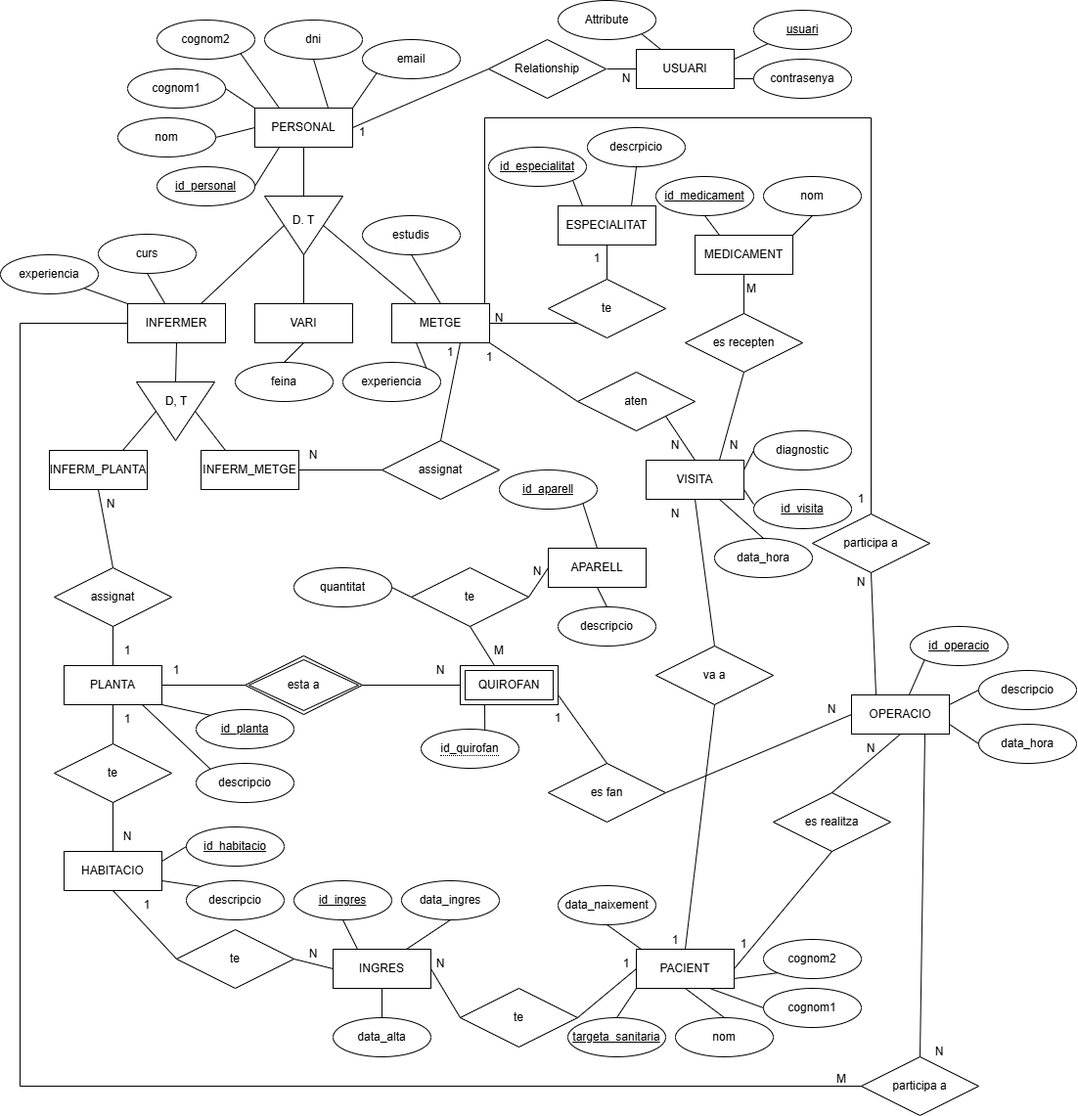
Above: Model ER i Relacional/diagramaER.png in arellanooangel/Projecte---ASIX_HOSPITAL (draw.io), before the change. Source tidied: cells renumbered, new cells last; positions are measured from the earlier drawing's top-left corner, leaving out a move shared by most shapes.
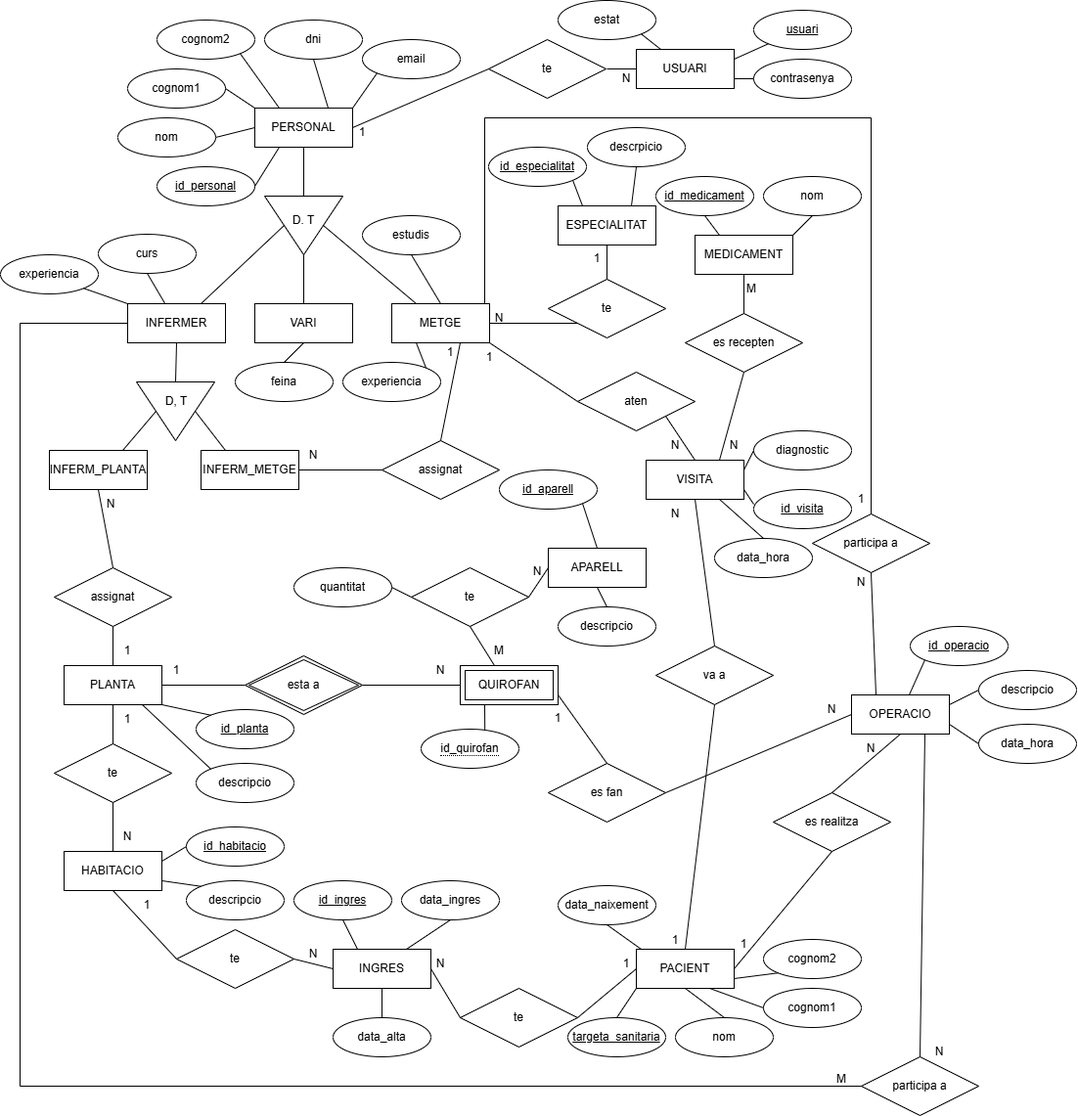
Above is the later version.

Change to the diagram source:
```diff
@@ -562,7 +562,7 @@
     <mxCell id="178" value="USUARI" style="whiteSpace=wrap;html=1;align=center;" parent="1" vertex="1">
       <mxGeometry x="650" y="50" width="100" height="40" as="geometry" />
     </mxCell>
-    <mxCell id="179" value="Relationship" style="shape=rhombus;perimeter=rhombusPerimeter;whiteSpace=wrap;html=1;align=center;" parent="1" vertex="1">
+    <mxCell id="179" value="te" style="shape=rhombus;perimeter=rhombusPerimeter;whiteSpace=wrap;html=1;align=center;" parent="1" vertex="1">
       <mxGeometry x="499" y="40" width="120" height="60" as="geometry" />
     </mxCell>
     <mxCell id="180" style="endArrow=none;html=1;rounded=0;exitX=1;exitY=0.5;exitDx=0;exitDy=0;entryX=0;entryY=0.5;entryDx=0;entryDy=0;" parent="1" edge="1" source="65" target="179">
@@ -585,7 +585,7 @@
     <mxCell id="185" style="endArrow=none;html=1;rounded=0;entryX=0;entryY=1;entryDx=0;entryDy=0;exitX=1;exitY=0.25;exitDx=0;exitDy=0;" parent="1" edge="1" source="178" target="182">
       <mxGeometry relative="1" as="geometry" />
     </mxCell>
-    <mxCell id="186" value="Attribute" style="ellipse;whiteSpace=wrap;html=1;align=center;" parent="1" vertex="1">
+    <mxCell id="186" value="estat" style="ellipse;whiteSpace=wrap;html=1;align=center;" parent="1" vertex="1">
       <mxGeometry x="570" width="100" height="40" as="geometry" />
     </mxCell>
     <mxCell id="187" style="endArrow=none;html=1;rounded=0;entryX=0.25;entryY=0;entryDx=0;entryDy=0;exitX=1;exitY=1;exitDx=0;exitDy=0;" parent="1" edge="1" source="186" target="178">
```
